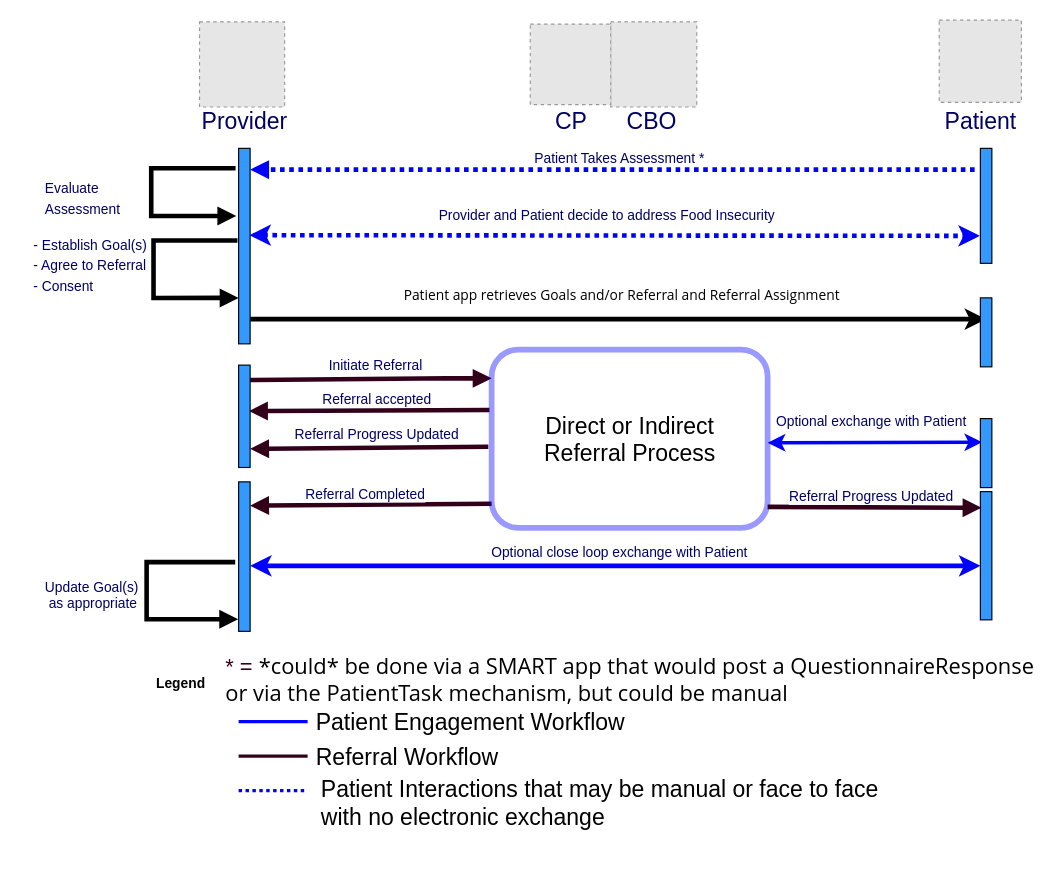
This is Images Source/HighLevelReferralContext.drawio from HL7/fhir-sdoh-clinicalcare, a draw.io file, before an edit. Source tidied: cells renumbered, new cells numbered last; positions are measured from the earlier drawing's top-left corner, leaving out a move shared by most shapes. Both pictures are drawn from the tidied source at 115%, with x=0, y=0 at pixel (31, 20). Pictures stored in the file or linked from it are replaced by grey dashed boxes.
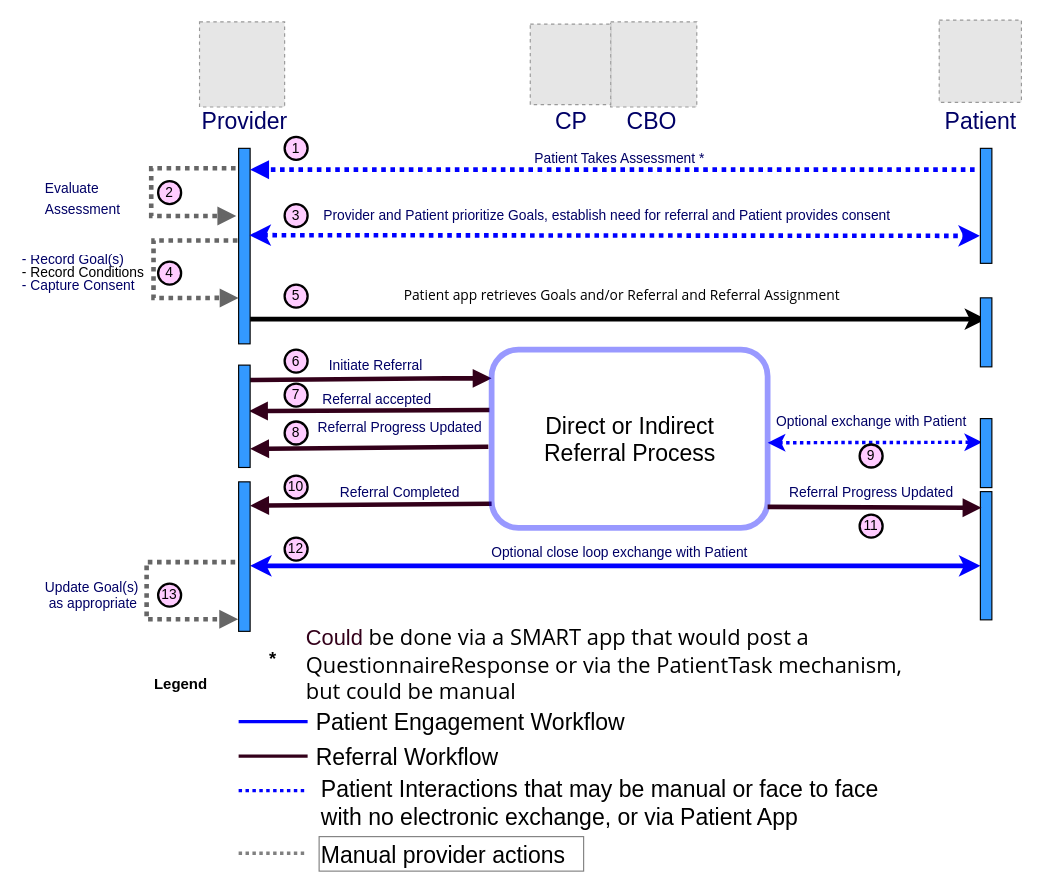
Above is the later version.

The change refers to these unchanged cells:
```xml
<mxCell id="3" style="html=1;points=[];perimeter=orthogonalPerimeter;fillColor=#3399FF;fontColor=#000066;" parent="1" vertex="1">
  <mxGeometry x="180" y="111.5" width="10" height="170" as="geometry" />
</mxCell>
<mxCell id="7" style="html=1;points=[];perimeter=orthogonalPerimeter;fillColor=#3399FF;fontColor=#000066;" parent="1" vertex="1">
  <mxGeometry x="825" y="111.5" width="10" height="100" as="geometry" />
</mxCell>
<mxCell id="15" style="html=1;points=[];perimeter=orthogonalPerimeter;fillColor=#3399FF;fontColor=#000066;" parent="1" vertex="1">
  <mxGeometry x="180" y="401.5" width="10" height="130" as="geometry" />
</mxCell>
<mxCell id="18" style="html=1;points=[];perimeter=orthogonalPerimeter;fillColor=#3399FF;fontColor=#000066;" parent="1" vertex="1">
  <mxGeometry x="825" y="410" width="10" height="111.5" as="geometry" />
</mxCell>
<mxCell id="19" style="html=1;points=[];perimeter=orthogonalPerimeter;fillColor=#3399FF;fontColor=#000066;" parent="1" vertex="1">
  <mxGeometry x="825" y="346.5" width="10" height="60" as="geometry" />
</mxCell>
<mxCell id="31" style="rounded=1;whiteSpace=wrap;html=1;labelBackgroundColor=none;strokeColor=#0000FF;strokeWidth=5;fillColor=#FFFFFF;opacity=40;" parent="1" vertex="1">
  <mxGeometry x="400" y="286.5" width="240" height="155" as="geometry" />
</mxCell>
```

Diff of the diagram source:
```diff
@@
-    <mxCell id="2" style="edgeStyle=orthogonalEdgeStyle;html=1;align=left;spacingLeft=2;endArrow=block;rounded=0;strokeColor=#000000;fontColor=#000066;exitX=-0.265;exitY=0.102;exitDx=0;exitDy=0;exitPerimeter=0;entryX=-0.2;entryY=0.346;entryDx=0;entryDy=0;entryPerimeter=0;fontSize=12;strokeWidth=4;" parent="1" edge="1" source="3" target="3">
+    <mxCell id="2" style="edgeStyle=orthogonalEdgeStyle;html=1;align=left;spacingLeft=2;endArrow=block;rounded=0;strokeColor=#666666;fontColor=#000066;exitX=-0.265;exitY=0.102;exitDx=0;exitDy=0;exitPerimeter=0;entryX=-0.2;entryY=0.346;entryDx=0;entryDy=0;entryPerimeter=0;fontSize=12;strokeWidth=4;dashed=1;dashPattern=1 1;" parent="1" edge="1" source="3" target="3">
       <mxGeometry x="0.03" y="-35" relative="1" as="geometry">
         <Array as="points">
           <mxPoint x="104" y="128.5" />
           <mxPoint x="104" y="170.5" />
         </Array>
       </mxGeometry>
     </mxCell>
@@
-    <mxCell id="8" style="edgeStyle=orthogonalEdgeStyle;html=1;align=left;spacingLeft=2;endArrow=block;rounded=0;strokeColor=#000000;fontColor=#000066;exitX=-0.102;exitY=0.471;exitDx=0;exitDy=0;exitPerimeter=0;entryX=0;entryY=0.765;entryDx=0;entryDy=0;entryPerimeter=0;fontSize=12;strokeWidth=4;" parent="1" edge="1" source="3" target="3">
+    <mxCell id="8" style="edgeStyle=orthogonalEdgeStyle;html=1;align=left;spacingLeft=2;endArrow=block;rounded=0;strokeColor=#666666;fontColor=#000066;exitX=-0.102;exitY=0.471;exitDx=0;exitDy=0;exitPerimeter=0;entryX=0;entryY=0.765;entryDx=0;entryDy=0;entryPerimeter=0;fontSize=12;strokeWidth=4;dashed=1;dashPattern=1 1;" parent="1" edge="1" source="3" target="3">
       <mxGeometry y="-35" relative="1" as="geometry">
         <Array as="points">
           <mxPoint x="106" y="191.5" />
           <mxPoint x="106" y="241.5" />
         </Array>
       </mxGeometry>
     </mxCell>
-    <mxCell id="9" value="Provider and Patient decide to address Food Insecurity" style="endArrow=classic;startArrow=classic;html=1;rounded=0;strokeColor=#0000FF;fontColor=#000066;exitX=0.943;exitY=0.444;exitDx=0;exitDy=0;exitPerimeter=0;entryX=-0.047;entryY=0.761;entryDx=0;entryDy=0;entryPerimeter=0;fontSize=12;strokeWidth=4;dashed=1;dashPattern=1 1;startFill=1;" parent="1" edge="1" source="3" target="7">
+    <mxCell id="9" value="Provider and Patient prioritize Goals, establish need for referral and Patient provides consent" style="endArrow=classic;startArrow=classic;html=1;rounded=0;strokeColor=#0000FF;fontColor=#000066;exitX=0.943;exitY=0.444;exitDx=0;exitDy=0;exitPerimeter=0;entryX=-0.047;entryY=0.761;entryDx=0;entryDy=0;entryPerimeter=0;fontSize=12;strokeWidth=4;dashed=1;dashPattern=1 1;startFill=1;" parent="1" edge="1" source="3" target="7">
       <mxGeometry x="-0.02" y="17" relative="1" as="geometry" />
     </mxCell>
@@
-    <mxCell id="12" style="endArrow=classic;html=1;strokeWidth=3;rounded=0;strokeColor=#0000FF;fontColor=#000066;entryX=0.155;entryY=0.343;entryDx=0;entryDy=0;entryPerimeter=0;fontSize=12;startArrow=classic;startFill=1;endFill=1;" parent="1" edge="1" target="19">
+    <mxCell id="12" style="endArrow=classic;html=1;strokeWidth=3;rounded=0;strokeColor=#0000FF;fontColor=#000066;entryX=0.155;entryY=0.343;entryDx=0;entryDy=0;entryPerimeter=0;fontSize=12;startArrow=classic;startFill=1;endFill=1;dashed=1;dashPattern=1 1;" parent="1" edge="1" target="19">
       <mxGeometry x="0.09" relative="1" as="geometry">
         <mxPoint x="640" y="367.5" as="sourcePoint" />
       </mxGeometry>
     </mxCell>
-    <mxCell id="13" value="&lt;b&gt;Legend&lt;/b&gt;" style="text;html=1;strokeColor=none;fillColor=none;align=center;verticalAlign=middle;whiteSpace=wrap;rounded=0;fontColor=#000000;" parent="1" vertex="1">
+    <mxCell id="13" value="&lt;b style=&quot;font-size: 13px;&quot;&gt;Legend&lt;/b&gt;" style="text;html=1;strokeColor=none;fillColor=none;align=center;verticalAlign=middle;whiteSpace=wrap;rounded=0;fontColor=#000000;fontSize=13;" parent="1" vertex="1">
       <mxGeometry x="100" y="571.5" width="60" height="10" as="geometry" />
     </mxCell>
@@
-    <mxCell id="16" style="edgeStyle=orthogonalEdgeStyle;html=1;align=left;spacingLeft=2;endArrow=block;rounded=0;strokeColor=#000000;fontColor=#000066;exitX=-0.298;exitY=0.537;exitDx=0;exitDy=0;exitPerimeter=0;entryX=-0.037;entryY=0.919;entryDx=0;entryDy=0;entryPerimeter=0;fontSize=12;strokeWidth=4;" parent="1" edge="1" source="15" target="15">
+    <mxCell id="16" style="edgeStyle=orthogonalEdgeStyle;html=1;align=left;spacingLeft=2;endArrow=block;rounded=0;strokeColor=#666666;fontColor=#000066;exitX=-0.298;exitY=0.537;exitDx=0;exitDy=0;exitPerimeter=0;entryX=-0.037;entryY=0.919;entryDx=0;entryDy=0;entryPerimeter=0;fontSize=12;strokeWidth=4;dashed=1;dashPattern=1 1;" parent="1" edge="1" source="15" target="15">
       <mxGeometry x="0.05" y="-30" relative="1" as="geometry">
         <Array as="points">
           <mxPoint x="100" y="471.5" />
           <mxPoint x="100" y="521.5" />
         </Array>
       </mxGeometry>
     </mxCell>
@@
     <mxCell id="30" value="Referral Completed" style="html=1;verticalAlign=bottom;endArrow=block;strokeColor=#33001A;fontColor=#000066;entryX=1.335;entryY=0.724;entryDx=0;entryDy=0;entryPerimeter=0;fontSize=12;strokeWidth=4;exitX=0;exitY=0.865;exitDx=0;exitDy=0;exitPerimeter=0;" parent="1" edge="1" source="31">
-      <mxGeometry x="0.05" y="1" relative="1" as="geometry">
+      <mxGeometry x="-0.24" y="-1" relative="1" as="geometry">
         <mxPoint x="190" y="422.2" as="targetPoint" />
       </mxGeometry>
     </mxCell>
@@
-    <mxCell id="34" value="&lt;p style=&quot;line-height: 0.9;&quot;&gt;&lt;span style=&quot;color: rgb(0, 0, 102); font-size: 12px; background-color: rgb(255, 255, 255);&quot;&gt;- Establish Goal(s)&lt;/span&gt;&lt;br style=&quot;color: rgb(0, 0, 102); font-size: 12px;&quot;&gt;&lt;span style=&quot;color: rgb(0, 0, 102); font-size: 12px; background-color: rgb(255, 255, 255);&quot;&gt;- Agree to Referral&lt;/span&gt;&lt;br style=&quot;color: rgb(0, 0, 102); font-size: 12px;&quot;&gt;&lt;span style=&quot;color: rgb(0, 0, 102); font-size: 12px; background-color: rgb(255, 255, 255); line-height: 1;&quot;&gt;- Consent&lt;/span&gt;&lt;/p&gt;" style="text;html=1;align=left;verticalAlign=middle;strokeColor=none;fillColor=none;fontSize=20;" parent="1" vertex="1">
-      <mxGeometry y="160" width="110" height="100" as="geometry" />
+    <mxCell id="34" value="&lt;p style=&quot;line-height: 0.9; font-size: 12px;&quot;&gt;&lt;span style=&quot;color: rgb(0, 0, 102); font-size: 12px; background-color: rgb(255, 255, 255);&quot;&gt;- Record Goal(s)&lt;br&gt;&lt;/span&gt;- Record Conditions&lt;br style=&quot;color: rgb(0, 0, 102);&quot;&gt;&lt;span style=&quot;color: rgb(0, 0, 102); background-color: rgb(255, 255, 255);&quot;&gt;- Capture&amp;nbsp;&lt;/span&gt;&lt;span style=&quot;color: rgb(0, 0, 102); font-size: 12px; background-color: rgb(255, 255, 255); line-height: 1;&quot;&gt;Consent&lt;/span&gt;&lt;/p&gt;" style="text;html=1;align=left;verticalAlign=middle;strokeColor=none;fillColor=none;fontSize=20;" parent="1" vertex="1">
+      <mxGeometry x="-10" y="190" width="120" height="60" as="geometry" />
     </mxCell>
@@
-    <mxCell id="40" value="Patient Interactions that may be manual or face to face &lt;br&gt;with no electronic exchange" style="text;html=1;align=left;verticalAlign=middle;strokeColor=none;fillColor=none;fontSize=20;" parent="1" vertex="1">
+    <mxCell id="40" value="Patient Interactions that may be manual or face to face &lt;br&gt;with no electronic exchange, or via Patient App" style="text;html=1;align=left;verticalAlign=middle;strokeColor=none;fillColor=none;fontSize=20;" parent="1" vertex="1">
       <mxGeometry x="250" y="655" width="500" height="50" as="geometry" />
     </mxCell>
-    <mxCell id="41" value="&lt;font style=&quot;font-size: 19px;&quot;&gt;* =&amp;nbsp;&lt;/font&gt;&lt;span style=&quot;color: rgb(0, 0, 0); font-family: &amp;quot;Segoe UI Web (West European)&amp;quot;, &amp;quot;Segoe UI&amp;quot;, -apple-system, &amp;quot;system-ui&amp;quot;, Roboto, &amp;quot;Helvetica Neue&amp;quot;, sans-serif; background-color: rgb(255, 255, 255); font-size: 19px;&quot;&gt;&lt;font style=&quot;font-size: 19px;&quot;&gt;*could* be done via a SMART app that would post a QuestionnaireResponse &lt;br&gt;&lt;div style=&quot;text-align: left;&quot;&gt;or via the PatientTask mechanism, but could be manual&lt;/div&gt;&lt;/font&gt;&lt;br&gt;&lt;/span&gt;" style="text;html=1;align=center;verticalAlign=middle;strokeColor=none;fillColor=none;fontSize=20;fontColor=#33001A;" parent="1" vertex="1">
-      <mxGeometry x="175" y="545" width="690" height="80" as="geometry" />
+    <mxCell id="41" value="&lt;div style=&quot;text-align: left;&quot;&gt;&lt;font style=&quot;background-color: initial; font-size: 19px;&quot;&gt;Could&lt;/font&gt;&lt;span style=&quot;color: rgb(0, 0, 0); font-family: &amp;quot;Segoe UI Web (West European)&amp;quot;, &amp;quot;Segoe UI&amp;quot;, -apple-system, &amp;quot;system-ui&amp;quot;, Roboto, &amp;quot;Helvetica Neue&amp;quot;, sans-serif; background-color: rgb(255, 255, 255); font-size: 19px;&quot;&gt;&amp;nbsp;be done via a SMART app that would post a&lt;/span&gt;&lt;/div&gt;&lt;span style=&quot;color: rgb(0, 0, 0); font-family: &amp;quot;Segoe UI Web (West European)&amp;quot;, &amp;quot;Segoe UI&amp;quot;, -apple-system, &amp;quot;system-ui&amp;quot;, Roboto, &amp;quot;Helvetica Neue&amp;quot;, sans-serif; background-color: rgb(255, 255, 255); font-size: 19px;&quot;&gt;&lt;font style=&quot;font-size: 19px;&quot;&gt;&lt;div style=&quot;text-align: left;&quot;&gt;QuestionnaireResponse or via the PatientTask mechanism,&amp;nbsp;&lt;/div&gt;&lt;div style=&quot;text-align: left;&quot;&gt;but could be manual&lt;/div&gt;&lt;/font&gt;&lt;br&gt;&lt;/span&gt;" style="text;html=1;align=center;verticalAlign=middle;strokeColor=none;fillColor=none;fontSize=20;fontColor=#33001A;" parent="1" vertex="1">
+      <mxGeometry x="245" y="521.5" width="510" height="100" as="geometry" />
     </mxCell>
     <mxCell id="42" value="&lt;span style=&quot;font-size: 12px&quot;&gt;Referral Progress Updated&lt;/span&gt;" style="html=1;verticalAlign=bottom;endArrow=block;strokeColor=#33001A;fontColor=#000066;entryX=1.335;entryY=0.724;entryDx=0;entryDy=0;entryPerimeter=0;fontSize=12;strokeWidth=4;exitX=-0.012;exitY=0.545;exitDx=0;exitDy=0;exitPerimeter=0;" parent="1" edge="1" source="31">
-      <mxGeometry x="-0.06" y="-2" relative="1" as="geometry">
+      <mxGeometry x="-0.26" y="-8" relative="1" as="geometry">
         <mxPoint x="190" y="372.8" as="targetPoint" />
       </mxGeometry>
     </mxCell>
     <mxCell id="43" value="&lt;span style=&quot;font-size: 12px&quot;&gt;Referral Progress Updated&lt;/span&gt;" style="html=1;verticalAlign=bottom;endArrow=block;strokeColor=#33001A;fontColor=#000066;entryX=0.1;entryY=0.126;entryDx=0;entryDy=0;entryPerimeter=0;fontSize=12;strokeWidth=4;exitX=0.1;exitY=0.126;exitDx=0;exitDy=0;exitPerimeter=0;" parent="1" edge="1" target="18">
-      <mxGeometry x="-0.03" relative="1" as="geometry">
+      <mxGeometry x="-0.03" y="4" relative="1" as="geometry">
         <mxPoint x="640" y="423.3" as="sourcePoint" />
       </mxGeometry>
     </mxCell>
+    <mxCell id="44" style="endArrow=none;html=1;rounded=0;fontSize=20;strokeColor=#808080;strokeWidth=3;jumpStyle=arc;dashed=1;dashPattern=1 1;" parent="1" edge="1">
+      <mxGeometry relative="1" as="geometry">
+        <mxPoint x="180" y="724.5" as="sourcePoint" />
+        <mxPoint x="240" y="724.5" as="targetPoint" />
+      </mxGeometry>
+    </mxCell>
+    <mxCell id="45" value="Manual provider actions" style="text;html=1;align=left;verticalAlign=middle;strokeColor=#808080;fillColor=none;fontSize=20;" parent="1" vertex="1">
+      <mxGeometry x="250" y="710" width="230" height="30" as="geometry" />
+    </mxCell>
+    <mxCell id="46" value="&lt;b style=&quot;&quot;&gt;&lt;font style=&quot;font-size: 16px;&quot;&gt;*&lt;/font&gt;&lt;/b&gt;" style="text;html=1;strokeColor=none;fillColor=none;align=center;verticalAlign=middle;whiteSpace=wrap;rounded=0;fontColor=#000000;fontSize=13;" parent="1" vertex="1">
+      <mxGeometry x="180" y="550" width="60" height="10" as="geometry" />
+    </mxCell>
+    <mxCell id="47" value="1" style="ellipse;whiteSpace=wrap;html=1;fontSize=12;fillColor=#FFCCFF;fontStyle=0;strokeWidth=2;" parent="1" vertex="1">
+      <mxGeometry x="220" y="101.5" width="20" height="20" as="geometry" />
+    </mxCell>
+    <mxCell id="48" value="3" style="ellipse;whiteSpace=wrap;html=1;fontSize=12;fillColor=#FFCCFF;fontStyle=0;strokeWidth=2;" parent="1" vertex="1">
+      <mxGeometry x="220" y="160" width="20" height="20" as="geometry" />
+    </mxCell>
+    <mxCell id="49" value="5" style="ellipse;whiteSpace=wrap;html=1;fontSize=12;fillColor=#FFCCFF;fontStyle=0;strokeWidth=2;" parent="1" vertex="1">
+      <mxGeometry x="220" y="230" width="20" height="20" as="geometry" />
+    </mxCell>
+    <mxCell id="50" value="6" style="ellipse;whiteSpace=wrap;html=1;fontSize=12;fillColor=#FFCCFF;fontStyle=0;strokeWidth=2;" parent="1" vertex="1">
+      <mxGeometry x="220" y="286.5" width="20" height="20" as="geometry" />
+    </mxCell>
+    <mxCell id="51" value="7" style="ellipse;whiteSpace=wrap;html=1;fontSize=12;fillColor=#FFCCFF;fontStyle=0;strokeWidth=2;" parent="1" vertex="1">
+      <mxGeometry x="220" y="316" width="20" height="20" as="geometry" />
+    </mxCell>
+    <mxCell id="52" value="9" style="ellipse;whiteSpace=wrap;html=1;fontSize=12;fillColor=#FFCCFF;fontStyle=0;strokeWidth=2;" parent="1" vertex="1">
+      <mxGeometry x="720" y="369" width="20" height="20" as="geometry" />
+    </mxCell>
+    <mxCell id="53" value="11" style="ellipse;whiteSpace=wrap;html=1;fontSize=12;fillColor=#FFCCFF;fontStyle=0;strokeWidth=2;" parent="1" vertex="1">
+      <mxGeometry x="720" y="430" width="20" height="20" as="geometry" />
+    </mxCell>
+    <mxCell id="54" value="8" style="ellipse;whiteSpace=wrap;html=1;fontSize=12;fillColor=#FFCCFF;fontStyle=0;strokeWidth=2;" parent="1" vertex="1">
+      <mxGeometry x="220" y="349" width="20" height="20" as="geometry" />
+    </mxCell>
+    <mxCell id="55" value="10" style="ellipse;whiteSpace=wrap;html=1;fontSize=12;fillColor=#FFCCFF;fontStyle=0;strokeWidth=2;" parent="1" vertex="1">
+      <mxGeometry x="220" y="396" width="20" height="20" as="geometry" />
+    </mxCell>
+    <mxCell id="56" value="12" style="ellipse;whiteSpace=wrap;html=1;fontSize=12;fillColor=#FFCCFF;fontStyle=0;strokeWidth=2;" parent="1" vertex="1">
+      <mxGeometry x="220" y="450" width="20" height="20" as="geometry" />
+    </mxCell>
+    <mxCell id="57" value="2" style="ellipse;whiteSpace=wrap;html=1;fontSize=12;fillColor=#FFCCFF;fontStyle=0;strokeWidth=2;" parent="1" vertex="1">
+      <mxGeometry x="110" y="140" width="20" height="20" as="geometry" />
+    </mxCell>
+    <mxCell id="58" value="4" style="ellipse;whiteSpace=wrap;html=1;fontSize=12;fillColor=#FFCCFF;fontStyle=0;strokeWidth=2;" parent="1" vertex="1">
+      <mxGeometry x="110" y="210" width="20" height="20" as="geometry" />
+    </mxCell>
+    <mxCell id="59" value="13" style="ellipse;whiteSpace=wrap;html=1;fontSize=12;fillColor=#FFCCFF;fontStyle=0;strokeWidth=2;" parent="1" vertex="1">
+      <mxGeometry x="110" y="490" width="20" height="20" as="geometry" />
+    </mxCell>
```
